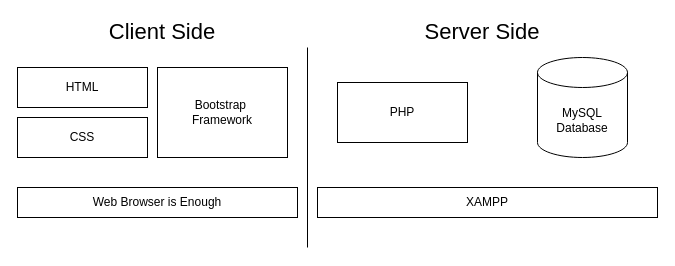
This is notes.drawio from teran-s/AIEnhancedPHPDeveloper-LiveCollege-B1, a draw.io file, before an edit. Source tidied: cells renumbered, new cells numbered last; positions are measured from the earlier drawing's top-left corner, leaving out a move shared by most shapes. Both pictures are drawn from the tidied source at 100%, with x=0, y=0 at pixel (17, 17).
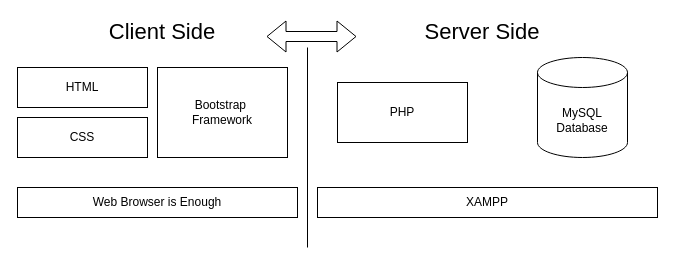
The same page after the edit.

What changed in the source:
```diff
@@
 <mxGraphModel>
   <root>
     <mxCell id="0" />
     <mxCell id="1" parent="0" />
     <mxCell id="2" value="HTML" style="rounded=0;whiteSpace=wrap;html=1;" parent="1" vertex="1">
       <mxGeometry y="50" width="130" height="40" as="geometry" />
     </mxCell>
     <mxCell id="3" value="CSS" style="rounded=0;whiteSpace=wrap;html=1;" parent="1" vertex="1">
       <mxGeometry y="100" width="130" height="40" as="geometry" />
     </mxCell>
     <mxCell id="4" value="Bootstrap&amp;nbsp;&lt;br&gt;Framework" style="rounded=0;whiteSpace=wrap;html=1;" parent="1" vertex="1">
       <mxGeometry x="140" y="50" width="130" height="90" as="geometry" />
     </mxCell>
     <mxCell id="5" value="PHP" style="rounded=0;whiteSpace=wrap;html=1;" parent="1" vertex="1">
       <mxGeometry x="320" y="65" width="130" height="60" as="geometry" />
     </mxCell>
     <mxCell id="6" value="MySQL Database" style="shape=cylinder3;whiteSpace=wrap;html=1;boundedLbl=1;backgroundOutline=1;size=15;" parent="1" vertex="1">
       <mxGeometry x="520" y="40" width="90" height="100" as="geometry" />
     </mxCell>
     <mxCell id="7" value="XAMPP" style="rounded=0;whiteSpace=wrap;html=1;" parent="1" vertex="1">
       <mxGeometry x="300" y="170" width="340" height="30" as="geometry" />
     </mxCell>
     <mxCell id="8" value="Web Browser is Enough" style="rounded=0;whiteSpace=wrap;html=1;" parent="1" vertex="1">
       <mxGeometry y="170" width="280" height="30" as="geometry" />
     </mxCell>
     <mxCell id="9" style="endArrow=none;html=1;" parent="1" edge="1">
       <mxGeometry relative="1" as="geometry">
         <mxPoint x="290" y="230" as="sourcePoint" />
         <mxPoint x="290" y="30" as="targetPoint" />
       </mxGeometry>
     </mxCell>
     <mxCell id="10" value="&lt;font style=&quot;font-size: 22px;&quot;&gt;Client Side&lt;/font&gt;" style="text;html=1;strokeColor=none;fillColor=none;align=center;verticalAlign=middle;whiteSpace=wrap;rounded=0;" parent="1" vertex="1">
       <mxGeometry x="10" width="270" height="30" as="geometry" />
     </mxCell>
     <mxCell id="11" value="&lt;font style=&quot;font-size: 22px;&quot;&gt;Server Side&lt;/font&gt;" style="text;html=1;strokeColor=none;fillColor=none;align=center;verticalAlign=middle;whiteSpace=wrap;rounded=0;" parent="1" vertex="1">
       <mxGeometry x="310" width="310" height="30" as="geometry" />
     </mxCell>
+    <mxCell id="12" style="shape=flexArrow;endArrow=classic;startArrow=classic;html=1;fontSize=22;" parent="1" edge="1">
+      <mxGeometry relative="1" as="geometry">
+        <mxPoint x="249" y="19" as="sourcePoint" />
+        <mxPoint x="339" y="19" as="targetPoint" />
+      </mxGeometry>
+    </mxCell>
   </root>
 </mxGraphModel>
```
